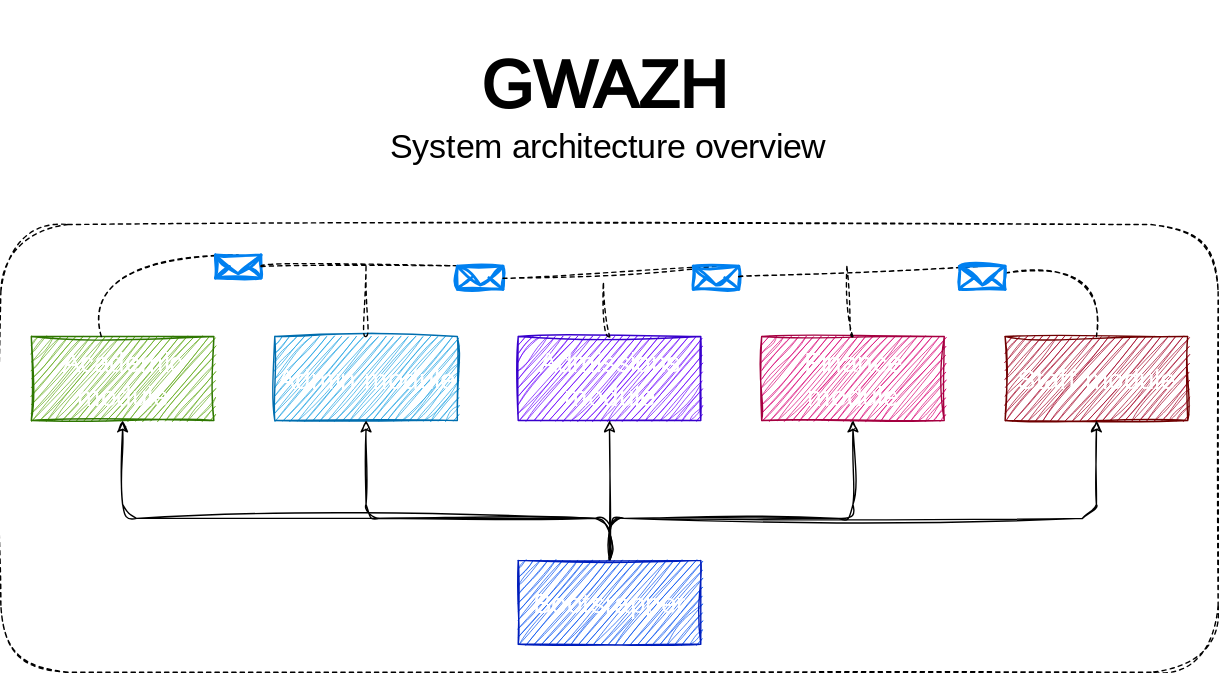
Before: docs/system-overview.svg, a diagram exported from draw.io (vince-nyanga/gwazh-modular-monolith). Source tidied: cells renumbered, new cells last; positions are measured from the earlier drawing's top-left corner, leaving out a move shared by most shapes.
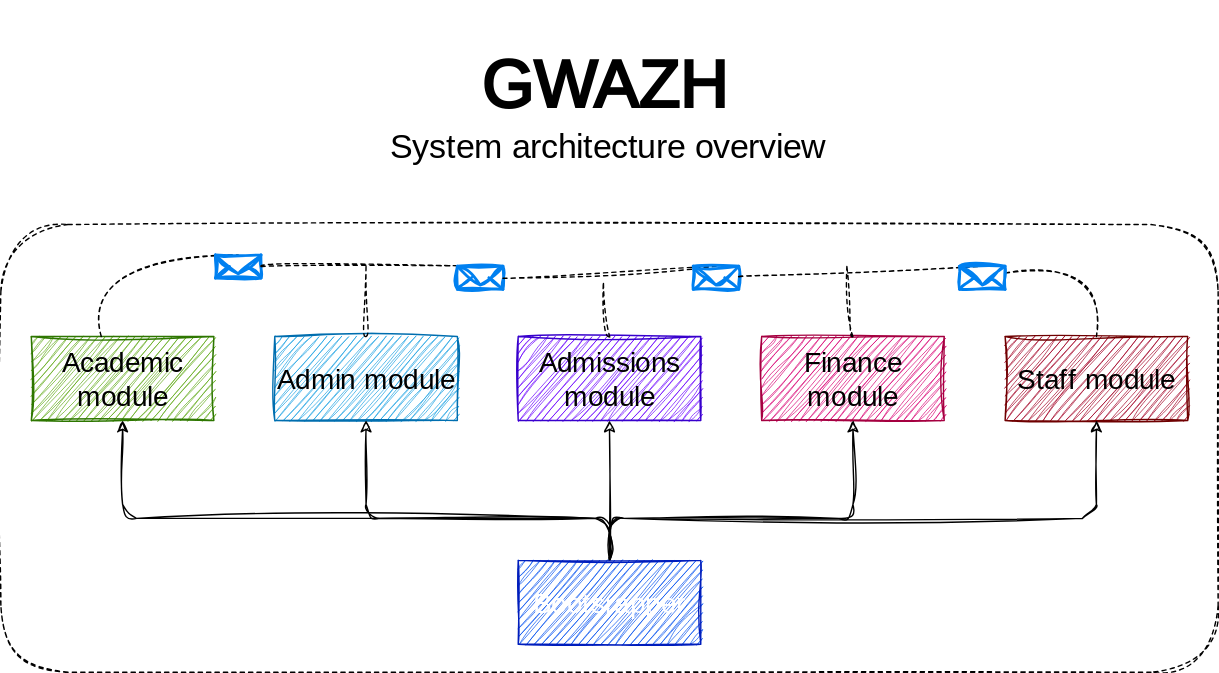
After the commit.

Change to the diagram source:
```diff
@@ -17,19 +17,19 @@
     <mxCell id="6" style="group;" parent="4" vertex="1">
       <mxGeometry x="21.8" y="20" width="826.5" height="280" as="geometry" />
     </mxCell>
-    <mxCell id="7" value="Academic module" style="rounded=0;whiteSpace=wrap;html=1;sketch=1;hachureGap=4;jiggle=2;curveFitting=1;fontFamily=Architects Daughter;fontSource=https%3A%2F%2Ffonts.googleapis.com%2Fcss%3Ffamily%3DArchitects%2BDaughter;fontSize=20;fillColor=#60a917;fontColor=#ffffff;strokeColor=#2D7600;" parent="6" vertex="1">
+    <mxCell id="7" value="&lt;font color=&quot;#000000&quot;&gt;Academic module&lt;/font&gt;" style="rounded=0;whiteSpace=wrap;html=1;sketch=1;hachureGap=4;jiggle=2;curveFitting=1;fontFamily=Architects Daughter;fontSource=https%3A%2F%2Ffonts.googleapis.com%2Fcss%3Ffamily%3DArchitects%2BDaughter;fontSize=20;fillColor=#60a917;fontColor=#ffffff;strokeColor=#2D7600;" parent="6" vertex="1">
       <mxGeometry y="60" width="130.5" height="60" as="geometry" />
     </mxCell>
-    <mxCell id="8" value="Admissions module" style="rounded=0;whiteSpace=wrap;html=1;sketch=1;hachureGap=4;jiggle=2;curveFitting=1;fontFamily=Architects Daughter;fontSource=https%3A%2F%2Ffonts.googleapis.com%2Fcss%3Ffamily%3DArchitects%2BDaughter;fontSize=20;fillColor=#6a00ff;fontColor=#ffffff;strokeColor=#3700CC;" parent="6" vertex="1">
+    <mxCell id="8" value="&lt;font color=&quot;#000000&quot;&gt;Admissions module&lt;/font&gt;" style="rounded=0;whiteSpace=wrap;html=1;sketch=1;hachureGap=4;jiggle=2;curveFitting=1;fontFamily=Architects Daughter;fontSource=https%3A%2F%2Ffonts.googleapis.com%2Fcss%3Ffamily%3DArchitects%2BDaughter;fontSize=20;fillColor=#6a00ff;fontColor=#ffffff;strokeColor=#3700CC;" parent="6" vertex="1">
       <mxGeometry x="348" y="60" width="130.5" height="60" as="geometry" />
     </mxCell>
-    <mxCell id="9" value="Finance module" style="rounded=0;whiteSpace=wrap;html=1;sketch=1;hachureGap=4;jiggle=2;curveFitting=1;fontFamily=Architects Daughter;fontSource=https%3A%2F%2Ffonts.googleapis.com%2Fcss%3Ffamily%3DArchitects%2BDaughter;fontSize=20;fillColor=#d80073;fontColor=#ffffff;strokeColor=#A50040;" parent="6" vertex="1">
+    <mxCell id="9" value="&lt;font color=&quot;#000000&quot;&gt;Finance module&lt;/font&gt;" style="rounded=0;whiteSpace=wrap;html=1;sketch=1;hachureGap=4;jiggle=2;curveFitting=1;fontFamily=Architects Daughter;fontSource=https%3A%2F%2Ffonts.googleapis.com%2Fcss%3Ffamily%3DArchitects%2BDaughter;fontSize=20;fillColor=#d80073;fontColor=#ffffff;strokeColor=#A50040;" parent="6" vertex="1">
       <mxGeometry x="522" y="60" width="130.5" height="60" as="geometry" />
     </mxCell>
-    <mxCell id="10" value="Staff module" style="rounded=0;whiteSpace=wrap;html=1;sketch=1;hachureGap=4;jiggle=2;curveFitting=1;fontFamily=Architects Daughter;fontSource=https%3A%2F%2Ffonts.googleapis.com%2Fcss%3Ffamily%3DArchitects%2BDaughter;fontSize=20;fillColor=#a20025;fontColor=#ffffff;strokeColor=#6F0000;" parent="6" vertex="1">
+    <mxCell id="10" value="&lt;font color=&quot;#000000&quot;&gt;Staff module&lt;/font&gt;" style="rounded=0;whiteSpace=wrap;html=1;sketch=1;hachureGap=4;jiggle=2;curveFitting=1;fontFamily=Architects Daughter;fontSource=https%3A%2F%2Ffonts.googleapis.com%2Fcss%3Ffamily%3DArchitects%2BDaughter;fontSize=20;fillColor=#a20025;fontColor=#ffffff;strokeColor=#6F0000;" parent="6" vertex="1">
       <mxGeometry x="696" y="60" width="130.5" height="60" as="geometry" />
     </mxCell>
-    <mxCell id="11" value="Admin module" style="rounded=0;whiteSpace=wrap;html=1;sketch=1;hachureGap=4;jiggle=2;curveFitting=1;fontFamily=Architects Daughter;fontSource=https%3A%2F%2Ffonts.googleapis.com%2Fcss%3Ffamily%3DArchitects%2BDaughter;fontSize=20;fillColor=#1ba1e2;fontColor=#ffffff;strokeColor=#006EAF;" parent="6" vertex="1">
+    <mxCell id="11" value="&lt;font color=&quot;#000000&quot;&gt;Admin module&lt;/font&gt;" style="rounded=0;whiteSpace=wrap;html=1;sketch=1;hachureGap=4;jiggle=2;curveFitting=1;fontFamily=Architects Daughter;fontSource=https%3A%2F%2Ffonts.googleapis.com%2Fcss%3Ffamily%3DArchitects%2BDaughter;fontSize=20;fillColor=#1ba1e2;fontColor=#ffffff;strokeColor=#006EAF;" parent="6" vertex="1">
       <mxGeometry x="174" y="60" width="130.5" height="60" as="geometry" />
     </mxCell>
     <mxCell id="12" style="edgeStyle=none;sketch=1;hachureGap=4;jiggle=2;curveFitting=1;html=1;entryX=0.5;entryY=1;entryDx=0;entryDy=0;fontFamily=Architects Daughter;fontSource=https%3A%2F%2Ffonts.googleapis.com%2Fcss%3Ffamily%3DArchitects%2BDaughter;fontSize=16;exitX=0.5;exitY=0;exitDx=0;exitDy=0;" parent="6" edge="1" source="17" target="7">
```
